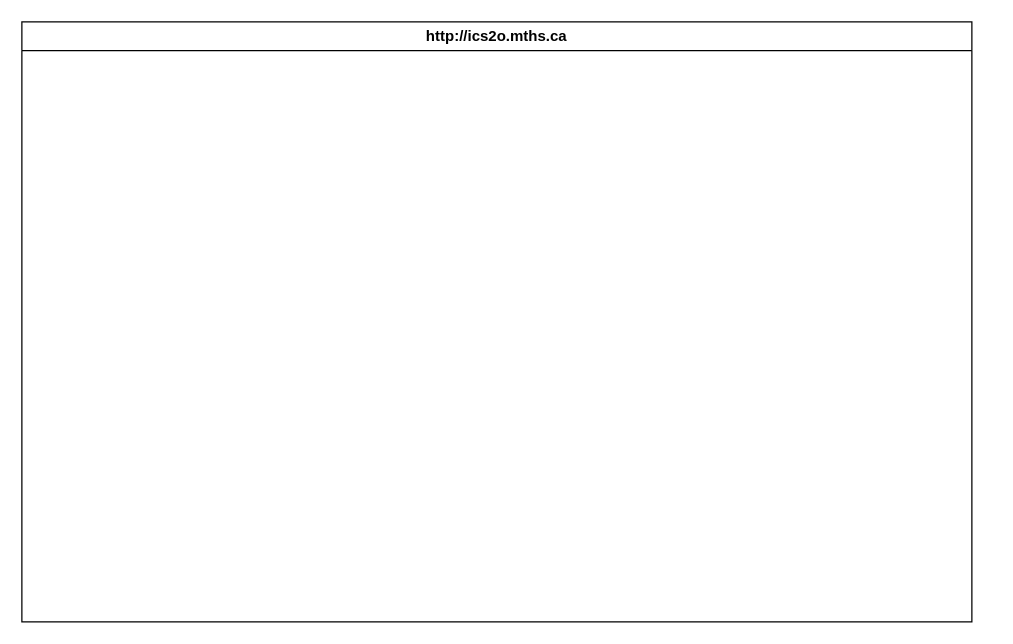
This is design/storyboard.drawio from MTHS-ICD2O-1-2023/ICD2O-Unit-3-01-Gabriel-Zanardi, a draw.io file, before an edit. Source tidied: cells renumbered, new cells numbered last; positions are measured from the earlier drawing's top-left corner, leaving out a move shared by most shapes. Both pictures are drawn from the tidied source at 125%, with x=0, y=0 at pixel (21, 21).
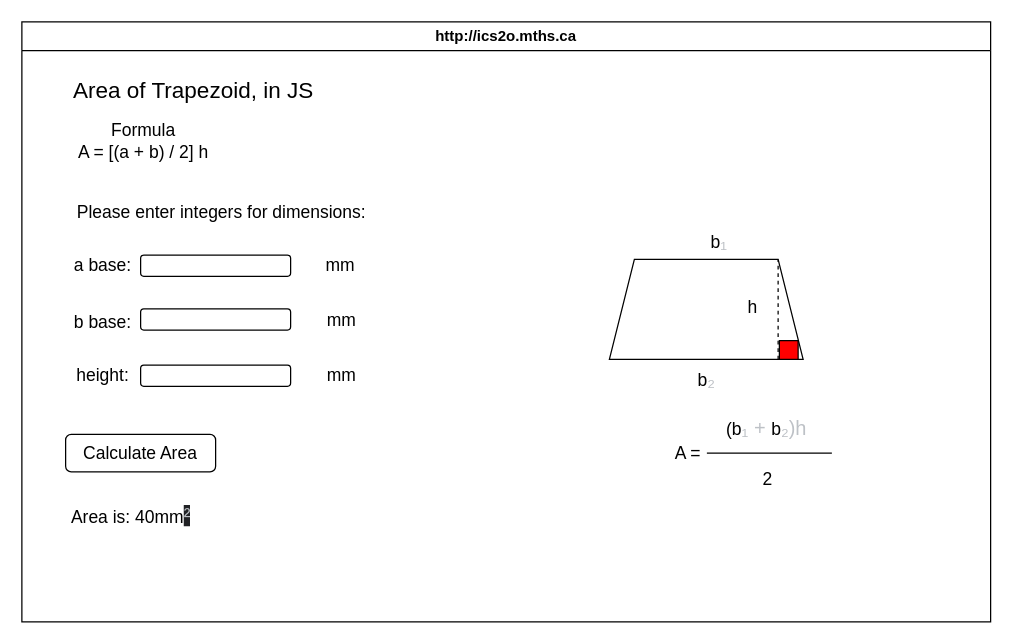
After the change.

Commit message:
did area of a trapezoid in storyboard

What changed in the source:
```diff
@@
     <mxCell id="2" value="http://ics2o.mths.ca" style="swimlane;whiteSpace=wrap;html=1;" parent="1" vertex="1">
-      <mxGeometry width="760" height="480" as="geometry" />
+      <mxGeometry width="775" height="480" as="geometry" />
     </mxCell>
+    <mxCell id="3" value="&lt;font style=&quot;font-size: 18px;&quot;&gt;Area of Trapezoid, in JS&lt;/font&gt;" style="text;html=1;strokeColor=none;fillColor=none;align=center;verticalAlign=middle;whiteSpace=wrap;rounded=0;" parent="2" vertex="1">
+      <mxGeometry x="35" y="40" width="205" height="30" as="geometry" />
+    </mxCell>
+    <mxCell id="4" value="&lt;font style=&quot;font-size: 14px;&quot;&gt;Formula&lt;br&gt;A = [(a + b) / 2] h&lt;/font&gt;" style="text;html=1;strokeColor=none;fillColor=none;align=center;verticalAlign=middle;whiteSpace=wrap;rounded=0;" parent="2" vertex="1">
+      <mxGeometry x="35" y="80" width="125" height="30" as="geometry" />
+    </mxCell>
+    <mxCell id="5" value="a base:" style="text;html=1;strokeColor=none;fillColor=none;align=center;verticalAlign=middle;whiteSpace=wrap;rounded=0;fontSize=14;" parent="2" vertex="1">
+      <mxGeometry x="35" y="180" width="60" height="30" as="geometry" />
+    </mxCell>
+    <mxCell id="6" value="b base:" style="text;html=1;strokeColor=none;fillColor=none;align=center;verticalAlign=middle;whiteSpace=wrap;rounded=0;fontSize=14;" parent="2" vertex="1">
+      <mxGeometry x="35" y="225" width="60" height="30" as="geometry" />
+    </mxCell>
+    <mxCell id="7" style="rounded=1;whiteSpace=wrap;html=1;fontSize=14;" parent="2" vertex="1">
+      <mxGeometry x="95" y="186.5" width="120" height="17" as="geometry" />
+    </mxCell>
+    <mxCell id="8" value="mm" style="text;html=1;strokeColor=none;fillColor=none;align=center;verticalAlign=middle;whiteSpace=wrap;rounded=0;fontSize=14;" parent="2" vertex="1">
+      <mxGeometry x="225" y="180" width="60" height="30" as="geometry" />
+    </mxCell>
+    <mxCell id="9" value="Calculate Area" style="rounded=1;whiteSpace=wrap;html=1;fontSize=14;" parent="2" vertex="1">
+      <mxGeometry x="35" y="330" width="120" height="30" as="geometry" />
+    </mxCell>
+    <mxCell id="10" value="Area is: 40mm&lt;span style=&quot;color: rgb(189, 193, 198); font-family: &amp;quot;Google Sans&amp;quot;, arial, sans-serif; font-size: 16px; text-align: start; background-color: rgb(32, 33, 36);&quot;&gt;²&lt;/span&gt;" style="text;html=1;strokeColor=none;fillColor=none;align=center;verticalAlign=middle;whiteSpace=wrap;rounded=0;fontSize=14;" parent="2" vertex="1">
+      <mxGeometry x="35" y="380" width="105" height="30" as="geometry" />
+    </mxCell>
+    <mxCell id="11" style="shape=trapezoid;perimeter=trapezoidPerimeter;whiteSpace=wrap;html=1;fixedSize=1;fontSize=14;" parent="2" vertex="1">
+      <mxGeometry x="470" y="190" width="155" height="80" as="geometry" />
+    </mxCell>
+    <mxCell id="12" value="b&lt;span style=&quot;color: rgb(189, 193, 198); font-size: 16px; text-align: start;&quot;&gt;₂&lt;/span&gt;" style="text;html=1;strokeColor=none;fillColor=none;align=center;verticalAlign=middle;whiteSpace=wrap;rounded=0;fontSize=14;" parent="2" vertex="1">
+      <mxGeometry x="517.5" y="270.5" width="60" height="30" as="geometry" />
+    </mxCell>
+    <mxCell id="13" style="endArrow=none;dashed=1;html=1;fontFamily=Helvetica;fontSize=14;fillColor=#FF0000;" parent="2" edge="1">
+      <mxGeometry relative="1" as="geometry">
+        <mxPoint x="605" y="270" as="sourcePoint" />
+        <mxPoint x="605" y="190" as="targetPoint" />
+        <Array as="points">
+          <mxPoint x="605" y="210" />
+        </Array>
+      </mxGeometry>
+    </mxCell>
+    <mxCell id="14" style="whiteSpace=wrap;html=1;labelBackgroundColor=none;fontFamily=Helvetica;fontSize=14;fillColor=#FF0000;" parent="2" vertex="1">
+      <mxGeometry x="606" y="255" width="15" height="15" as="geometry" />
+    </mxCell>
+    <mxCell id="15" value="A =&amp;nbsp;" style="text;html=1;strokeColor=none;fillColor=none;align=center;verticalAlign=middle;whiteSpace=wrap;rounded=0;labelBackgroundColor=none;fontFamily=Helvetica;fontSize=14;" parent="2" vertex="1">
+      <mxGeometry x="505" y="330" width="60" height="30" as="geometry" />
+    </mxCell>
+    <mxCell id="16" style="endArrow=none;html=1;fontFamily=Helvetica;fontSize=14;fillColor=#FF0000;" parent="2" edge="1">
+      <mxGeometry relative="1" as="geometry">
+        <mxPoint x="548" y="345" as="sourcePoint" />
+        <mxPoint x="648" y="345" as="targetPoint" />
+      </mxGeometry>
+    </mxCell>
+    <mxCell id="17" value="(b&lt;span style=&quot;color: rgb(189, 193, 198); font-family: &amp;quot;Google Sans&amp;quot;, arial, sans-serif; font-size: 16px; text-align: start;&quot;&gt;₁ +&amp;nbsp;&lt;/span&gt;b&lt;span style=&quot;color: rgb(189, 193, 198); font-size: 16px; text-align: start;&quot;&gt;₂)h&lt;/span&gt;" style="text;html=1;strokeColor=none;fillColor=none;align=center;verticalAlign=middle;whiteSpace=wrap;rounded=0;labelBackgroundColor=none;fontFamily=Helvetica;fontSize=14;" parent="2" vertex="1">
+      <mxGeometry x="545" y="310" width="102" height="30" as="geometry" />
+    </mxCell>
+    <mxCell id="18" value="&lt;span style=&quot;font-size: 14px;&quot;&gt;Please enter integers for dimensions:&lt;/span&gt;" style="text;html=1;strokeColor=none;fillColor=none;align=center;verticalAlign=middle;whiteSpace=wrap;rounded=0;" parent="1" vertex="1">
+      <mxGeometry x="35" y="137" width="250" height="30" as="geometry" />
+    </mxCell>
+    <mxCell id="19" value="height:" style="text;html=1;strokeColor=none;fillColor=none;align=center;verticalAlign=middle;whiteSpace=wrap;rounded=0;fontSize=14;" parent="1" vertex="1">
+      <mxGeometry x="35" y="268" width="60" height="30" as="geometry" />
+    </mxCell>
+    <mxCell id="20" style="rounded=1;whiteSpace=wrap;html=1;fontSize=14;" parent="1" vertex="1">
+      <mxGeometry x="95" y="229.5" width="120" height="17" as="geometry" />
+    </mxCell>
+    <mxCell id="21" style="rounded=1;whiteSpace=wrap;html=1;fontSize=14;" parent="1" vertex="1">
+      <mxGeometry x="95" y="274.5" width="120" height="17" as="geometry" />
+    </mxCell>
+    <mxCell id="22" value="mm" style="text;html=1;strokeColor=none;fillColor=none;align=center;verticalAlign=middle;whiteSpace=wrap;rounded=0;fontSize=14;" parent="1" vertex="1">
+      <mxGeometry x="226" y="224" width="60" height="30" as="geometry" />
+    </mxCell>
+    <mxCell id="23" value="mm" style="text;html=1;strokeColor=none;fillColor=none;align=center;verticalAlign=middle;whiteSpace=wrap;rounded=0;fontSize=14;" parent="1" vertex="1">
+      <mxGeometry x="226" y="268" width="60" height="30" as="geometry" />
+    </mxCell>
+    <mxCell id="24" value="b&lt;span style=&quot;color: rgb(189, 193, 198); font-family: &amp;quot;Google Sans&amp;quot;, arial, sans-serif; font-size: 16px; text-align: start;&quot;&gt;₁&lt;/span&gt;" style="text;html=1;strokeColor=none;fillColor=none;align=center;verticalAlign=middle;whiteSpace=wrap;rounded=0;fontSize=14;" parent="1" vertex="1">
+      <mxGeometry x="527.5" y="159.5" width="60" height="30" as="geometry" />
+    </mxCell>
+    <mxCell id="25" value="h" style="text;html=1;strokeColor=none;fillColor=none;align=center;verticalAlign=middle;whiteSpace=wrap;rounded=0;fontSize=14;" parent="1" vertex="1">
+      <mxGeometry x="554.5" y="212.5" width="60" height="30" as="geometry" />
+    </mxCell>
+    <mxCell id="26" value="2" style="text;html=1;strokeColor=none;fillColor=none;align=center;verticalAlign=middle;whiteSpace=wrap;rounded=0;labelBackgroundColor=none;fontFamily=Helvetica;fontSize=14;" parent="1" vertex="1">
+      <mxGeometry x="546" y="351" width="102" height="30" as="geometry" />
+    </mxCell>
```
